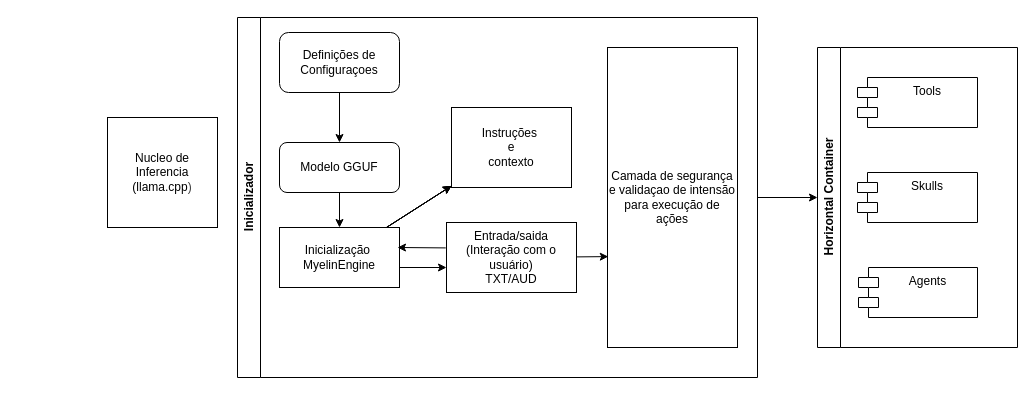
Above: docs/diagrams/architecture.drawio in ErikCorreia/Myelin (draw.io), before the change. Source tidied: cells renumbered, new cells numbered last; positions are measured from the earlier drawing's top-left corner, leaving out a move shared by most shapes. Both pictures are drawn from the tidied source at 100%, with x=0, y=0 at pixel (107, 17).
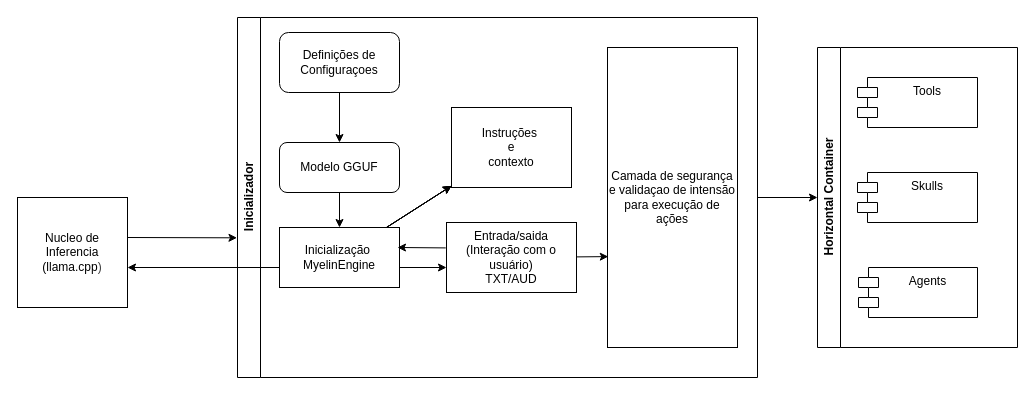
The same page after the edit.

Unchanged cells that the change refers to:
```xml
<mxCell id="4" value="Inicializador" style="swimlane;horizontal=0;whiteSpace=wrap;html=1;" parent="1" vertex="1">
  <mxGeometry x="130" width="520" height="360" as="geometry" />
</mxCell>
```

The edit, as a diff of the source:
```diff
@@
+    <mxCell id="24" style="edgeStyle=none;html=1;entryX=-0.001;entryY=0.612;entryDx=0;entryDy=0;entryPerimeter=0;" parent="1" edge="1" target="4">
+      <mxGeometry relative="1" as="geometry">
+        <mxPoint x="20" y="220" as="sourcePoint" />
+      </mxGeometry>
+    </mxCell>
     <mxCell id="2" value="Nucleo de Inferencia&lt;div&gt;(llama.cpp&lt;span style=&quot;color: rgb(63, 63, 63); background-color: transparent;&quot;&gt;)&lt;/span&gt;&lt;/div&gt;" style="whiteSpace=wrap;html=1;" parent="1" vertex="1">
-      <mxGeometry y="100" width="110" height="110" as="geometry" />
+      <mxGeometry x="-90" y="180" width="110" height="110" as="geometry" />
     </mxCell>
@@
+    <mxCell id="25" style="edgeStyle=none;html=1;entryX=1;entryY=0.545;entryDx=0;entryDy=0;entryPerimeter=0;" parent="1" edge="1">
+      <mxGeometry relative="1" as="geometry">
+        <mxPoint x="172" y="250" as="sourcePoint" />
+        <mxPoint x="20" y="250" as="targetPoint" />
+      </mxGeometry>
+    </mxCell>
```
